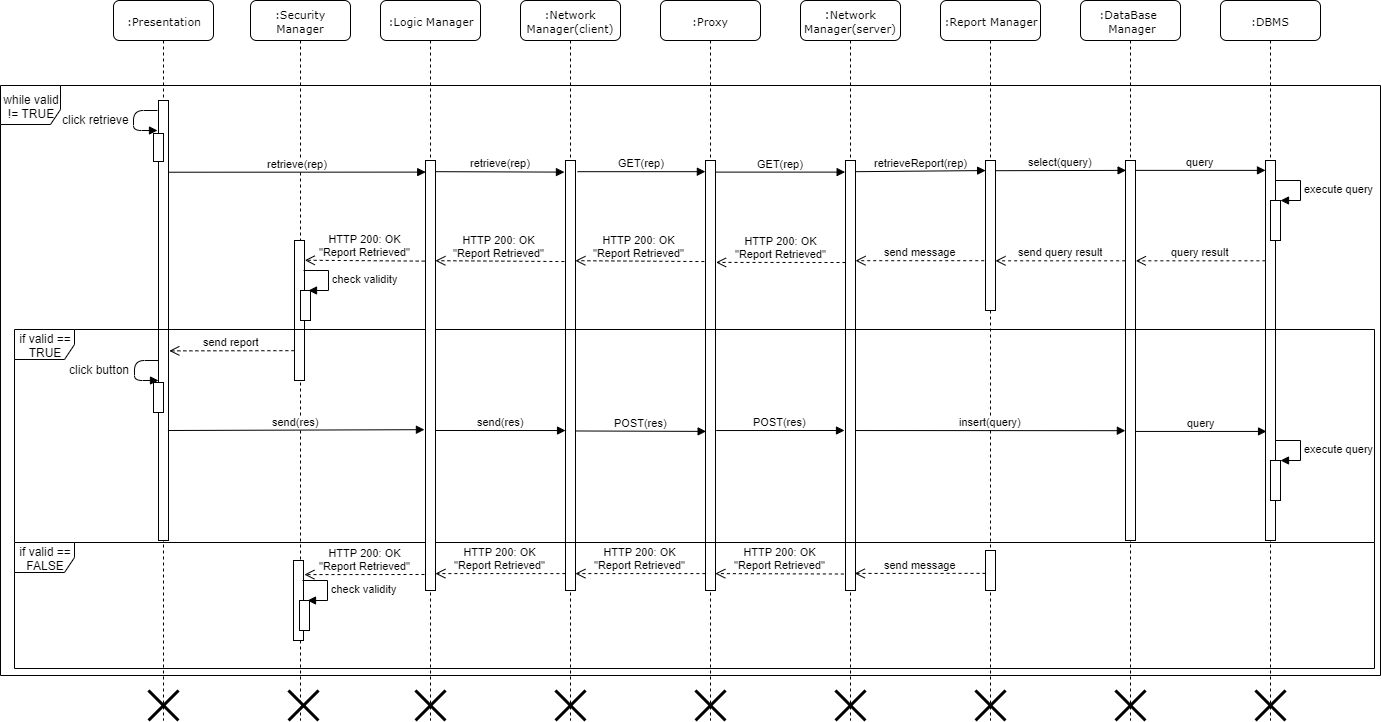
dariomiceli3/SafeStreet keeps this draw.io diagram as DD/img/sequence_diagrams/retrieve_report.png. Above is the earlier version. Source tidied: cells renumbered, new cells last; positions are measured from the earlier drawing's top-left corner, leaving out a move shared by most shapes.
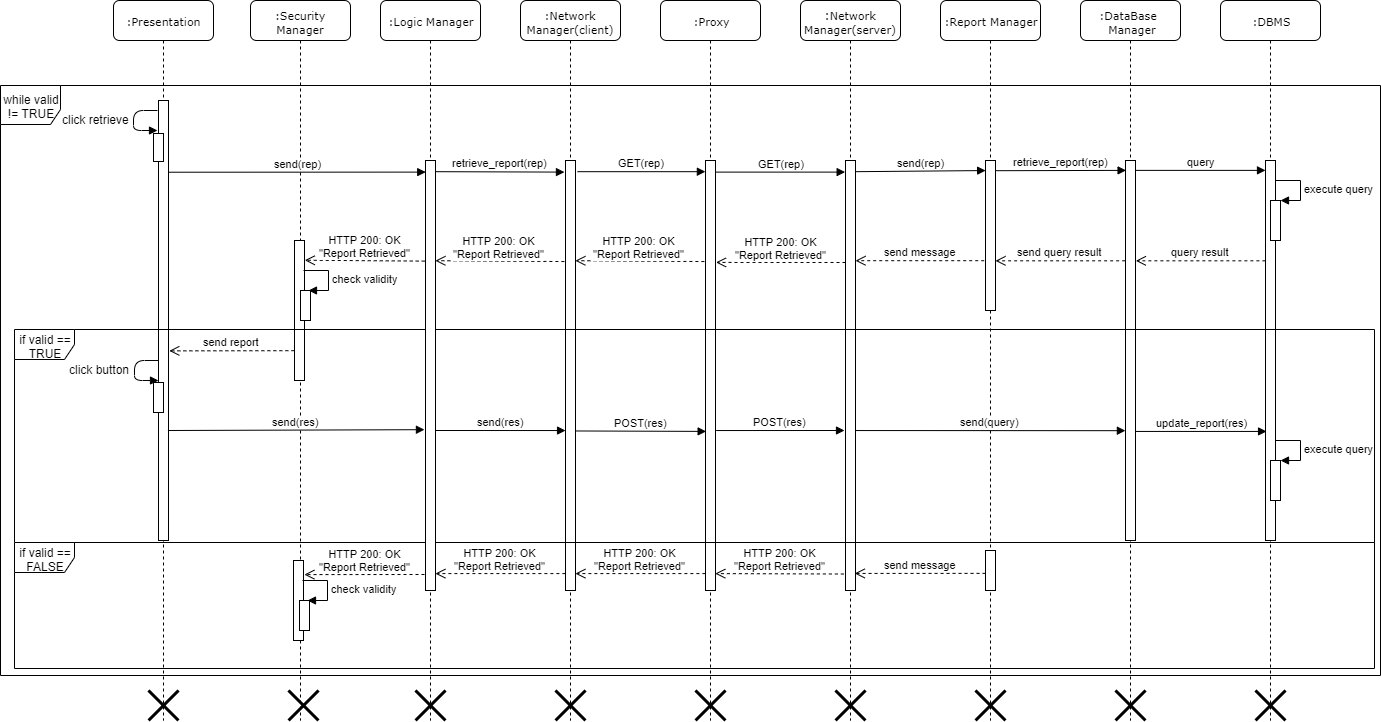
Above is the later version.

Change to the diagram source:
```diff
@@ -180,10 +180,10 @@
     <mxCell id="47" value="GET(rep)" style="html=1;verticalAlign=bottom;endArrow=block;entryX=-0.012;entryY=0.026;entryDx=0;entryDy=0;entryPerimeter=0;exitX=1.198;exitY=0.026;exitDx=0;exitDy=0;exitPerimeter=0;" parent="1" edge="1" source="10" target="12">
       <mxGeometry relative="1" as="geometry" />
     </mxCell>
-    <mxCell id="48" value="retrieveReport(rep)" style="html=1;verticalAlign=bottom;endArrow=block;exitX=1.035;exitY=0.026;exitDx=0;exitDy=0;exitPerimeter=0;entryX=0.012;entryY=0.067;entryDx=0;entryDy=0;entryPerimeter=0;" parent="1" edge="1" source="15" target="18">
+    <mxCell id="48" value="send(rep)" style="html=1;verticalAlign=bottom;endArrow=block;exitX=1.035;exitY=0.026;exitDx=0;exitDy=0;exitPerimeter=0;entryX=0.012;entryY=0.067;entryDx=0;entryDy=0;entryPerimeter=0;" parent="1" edge="1" source="15" target="18">
       <mxGeometry relative="1" as="geometry" />
     </mxCell>
-    <mxCell id="49" value="select(query)" style="html=1;verticalAlign=bottom;endArrow=block;exitX=1.035;exitY=0.068;exitDx=0;exitDy=0;exitPerimeter=0;entryX=0.058;entryY=0.026;entryDx=0;entryDy=0;entryPerimeter=0;" parent="1" edge="1" source="18" target="26">
+    <mxCell id="49" value="retrieve_report(rep)" style="html=1;verticalAlign=bottom;endArrow=block;exitX=1.035;exitY=0.068;exitDx=0;exitDy=0;exitPerimeter=0;entryX=0.058;entryY=0.026;entryDx=0;entryDy=0;entryPerimeter=0;" parent="1" edge="1" source="18" target="26">
       <mxGeometry relative="1" as="geometry" />
     </mxCell>
     <mxCell id="50" value="query" style="html=1;verticalAlign=bottom;endArrow=block;exitX=1.035;exitY=0.026;exitDx=0;exitDy=0;exitPerimeter=0;" parent="1" edge="1" source="26" target="28">
@@ -212,10 +212,10 @@
     <mxCell id="57" value="POST(res)" style="html=1;verticalAlign=bottom;endArrow=block;exitX=1.015;exitY=0.629;exitDx=0;exitDy=0;exitPerimeter=0;entryX=0.063;entryY=0.63;entryDx=0;entryDy=0;entryPerimeter=0;" parent="1" edge="1" source="10" target="12">
       <mxGeometry relative="1" as="geometry" />
     </mxCell>
-    <mxCell id="58" value="insert(query)" style="html=1;verticalAlign=bottom;endArrow=block;exitX=0.965;exitY=0.628;exitDx=0;exitDy=0;exitPerimeter=0;entryX=-0.012;entryY=0.711;entryDx=0;entryDy=0;entryPerimeter=0;" parent="1" edge="1" source="15" target="26">
+    <mxCell id="58" value="send(query)" style="html=1;verticalAlign=bottom;endArrow=block;exitX=0.965;exitY=0.628;exitDx=0;exitDy=0;exitPerimeter=0;entryX=-0.012;entryY=0.711;entryDx=0;entryDy=0;entryPerimeter=0;" parent="1" edge="1" source="15" target="26">
       <mxGeometry relative="1" as="geometry" />
     </mxCell>
-    <mxCell id="59" value="query" style="html=1;verticalAlign=bottom;endArrow=block;entryX=0.105;entryY=0.713;entryDx=0;entryDy=0;entryPerimeter=0;" parent="1" edge="1" source="26" target="28">
+    <mxCell id="59" value="update_report(res)" style="html=1;verticalAlign=bottom;endArrow=block;entryX=0.105;entryY=0.713;entryDx=0;entryDy=0;entryPerimeter=0;" parent="1" edge="1" source="26" target="28">
       <mxGeometry relative="1" as="geometry" />
     </mxCell>
     <mxCell id="60" value="send message" style="html=1;verticalAlign=bottom;endArrow=open;dashed=1;endSize=8;entryX=0.922;entryY=0.958;entryDx=0;entryDy=0;entryPerimeter=0;exitX=0.005;exitY=0.572;exitDx=0;exitDy=0;exitPerimeter=0;" parent="1" edge="1" source="19">
@@ -247,10 +247,10 @@
     <mxCell id="66" style="shape=umlDestroy;whiteSpace=wrap;html=1;strokeWidth=3;" parent="64" vertex="1">
       <mxGeometry x="35" y="690" width="30" height="30" as="geometry" />
     </mxCell>
-    <mxCell id="67" value="retrieve(rep)" style="html=1;verticalAlign=bottom;endArrow=block;entryX=0.023;entryY=0.027;entryDx=0;entryDy=0;entryPerimeter=0;exitX=1.014;exitY=0.163;exitDx=0;exitDy=0;exitPerimeter=0;" parent="1" edge="1" source="22" target="65">
+    <mxCell id="67" value="send(rep)" style="html=1;verticalAlign=bottom;endArrow=block;entryX=0.023;entryY=0.027;entryDx=0;entryDy=0;entryPerimeter=0;exitX=1.014;exitY=0.163;exitDx=0;exitDy=0;exitPerimeter=0;" parent="1" edge="1" source="22" target="65">
       <mxGeometry relative="1" as="geometry" />
     </mxCell>
-    <mxCell id="68" value="retrieve(rep)" style="html=1;verticalAlign=bottom;endArrow=block;entryX=-0.105;entryY=0.027;entryDx=0;entryDy=0;entryPerimeter=0;exitX=1.053;exitY=0.026;exitDx=0;exitDy=0;exitPerimeter=0;" parent="1" edge="1" source="65" target="10">
+    <mxCell id="68" value="retrieve_report(rep)" style="html=1;verticalAlign=bottom;endArrow=block;entryX=-0.105;entryY=0.027;entryDx=0;entryDy=0;entryPerimeter=0;exitX=1.053;exitY=0.026;exitDx=0;exitDy=0;exitPerimeter=0;" parent="1" edge="1" source="65" target="10">
       <mxGeometry relative="1" as="geometry" />
     </mxCell>
     <mxCell id="69" value="HTTP 200: OK&lt;br&gt;&quot;Report Retrieved&quot;" style="html=1;verticalAlign=bottom;endArrow=open;dashed=1;endSize=8;entryX=0.988;entryY=0.233;entryDx=0;entryDy=0;entryPerimeter=0;exitX=-0.112;exitY=0.235;exitDx=0;exitDy=0;exitPerimeter=0;" parent="1" edge="1">
```
